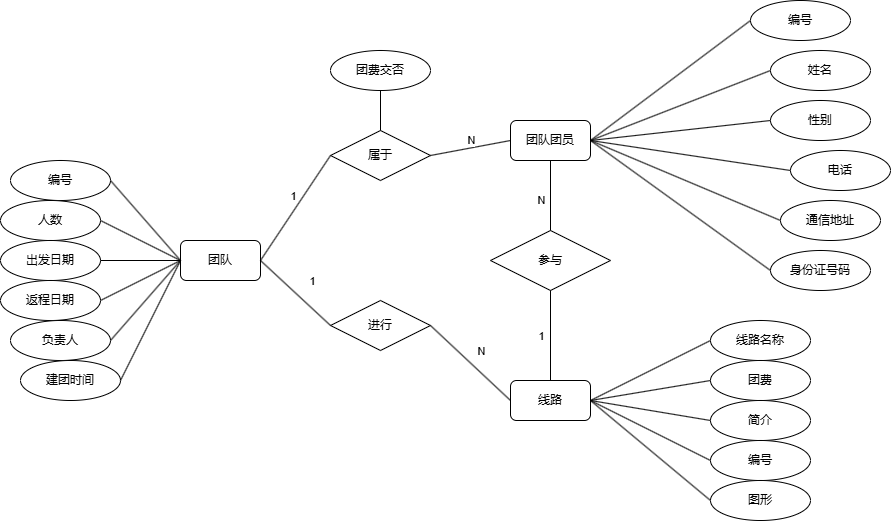
Before: er图.drawio.png, a diagram exported from draw.io (wefcdse/softeng). Source tidied: cells renumbered, new cells last; positions are measured from the earlier drawing's top-left corner, leaving out a move shared by most shapes.
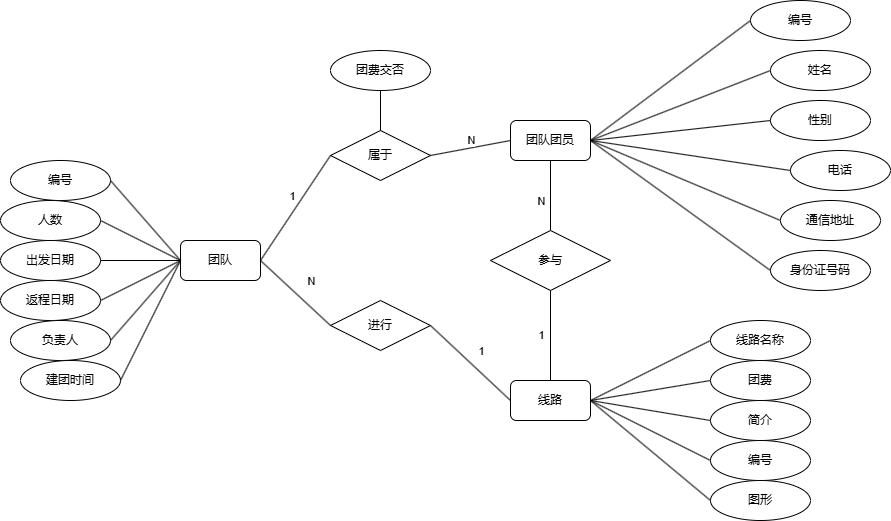
The same file after the commit.

Change to the diagram source:
```diff
@@ -163,7 +163,7 @@
     <mxCell id="52" style="endArrow=none;html=1;rounded=0;entryX=0;entryY=0.5;entryDx=0;entryDy=0;exitX=1;exitY=0.5;exitDx=0;exitDy=0;" parent="1" edge="1" source="29" target="49">
       <mxGeometry relative="1" as="geometry" />
     </mxCell>
-    <mxCell id="53" value="1" style="edgeLabel;html=1;align=center;verticalAlign=middle;" parent="52" vertex="1">
+    <mxCell id="53" value="N" style="edgeLabel;html=1;align=center;verticalAlign=middle;" parent="52" vertex="1">
       <mxGeometry x="0.12" y="3" relative="1" as="geometry">
         <mxPoint x="9" y="-14" as="offset" />
       </mxGeometry>
@@ -171,7 +171,7 @@
     <mxCell id="54" style="endArrow=none;html=1;rounded=0;entryX=0;entryY=0.5;entryDx=0;entryDy=0;exitX=1;exitY=0.5;exitDx=0;exitDy=0;" parent="1" edge="1" source="49" target="16">
       <mxGeometry relative="1" as="geometry" />
     </mxCell>
-    <mxCell id="55" value="N" style="edgeLabel;html=1;align=center;verticalAlign=middle;" parent="54" vertex="1">
+    <mxCell id="55" value="1" style="edgeLabel;html=1;align=center;verticalAlign=middle;" parent="54" vertex="1">
       <mxGeometry x="0.12" y="3" relative="1" as="geometry">
         <mxPoint x="3" y="-15" as="offset" />
       </mxGeometry>
```
